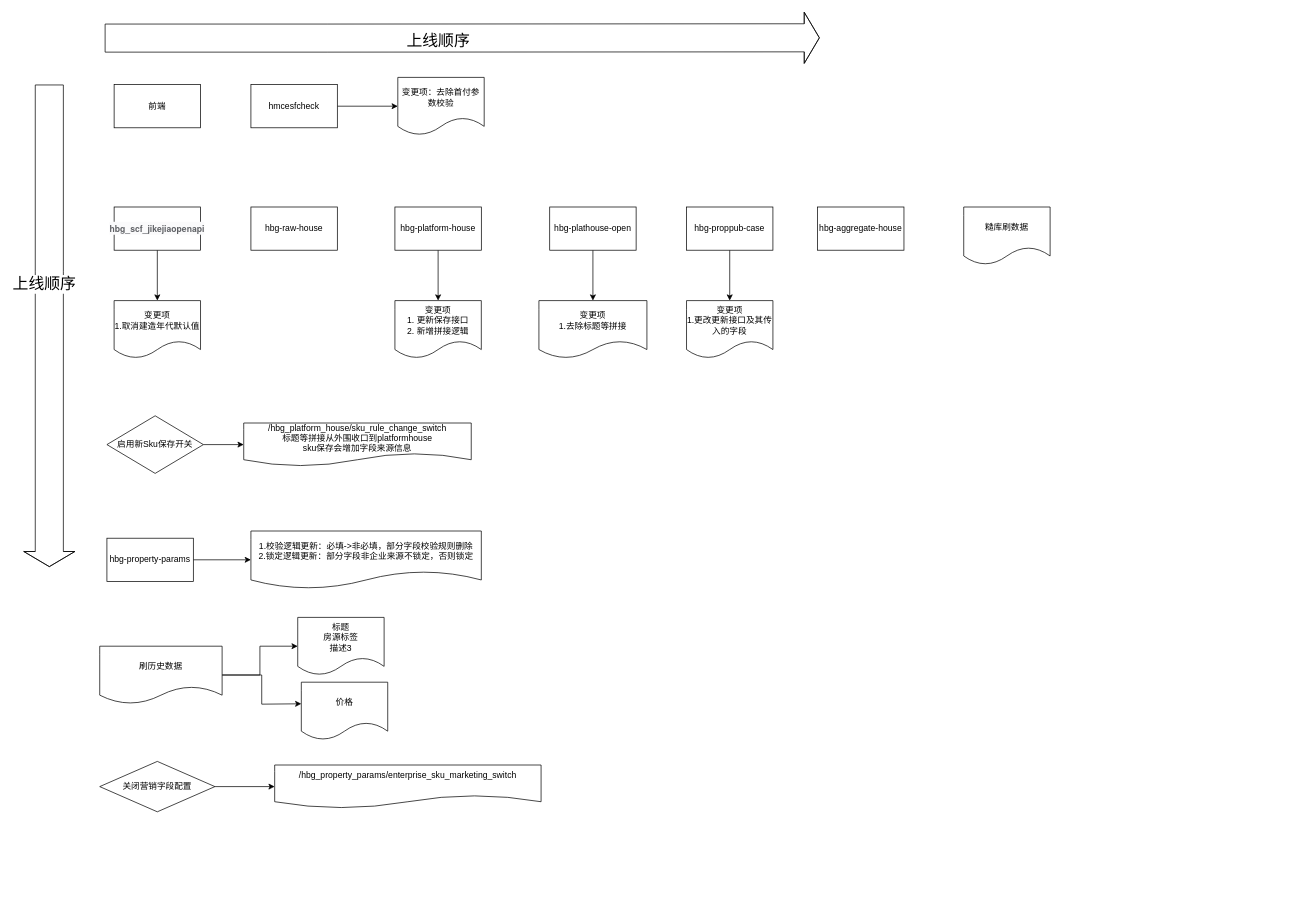
Above: sku/sku规则改造上线流程.drawio in guyukou/drawio (draw.io), before the change. Source tidied: cells renumbered, new cells numbered last; positions are measured from the earlier drawing's top-left corner, leaving out a move shared by most shapes. Both pictures are drawn from the tidied source at 72%, with x=0, y=0 at pixel (49, 37).
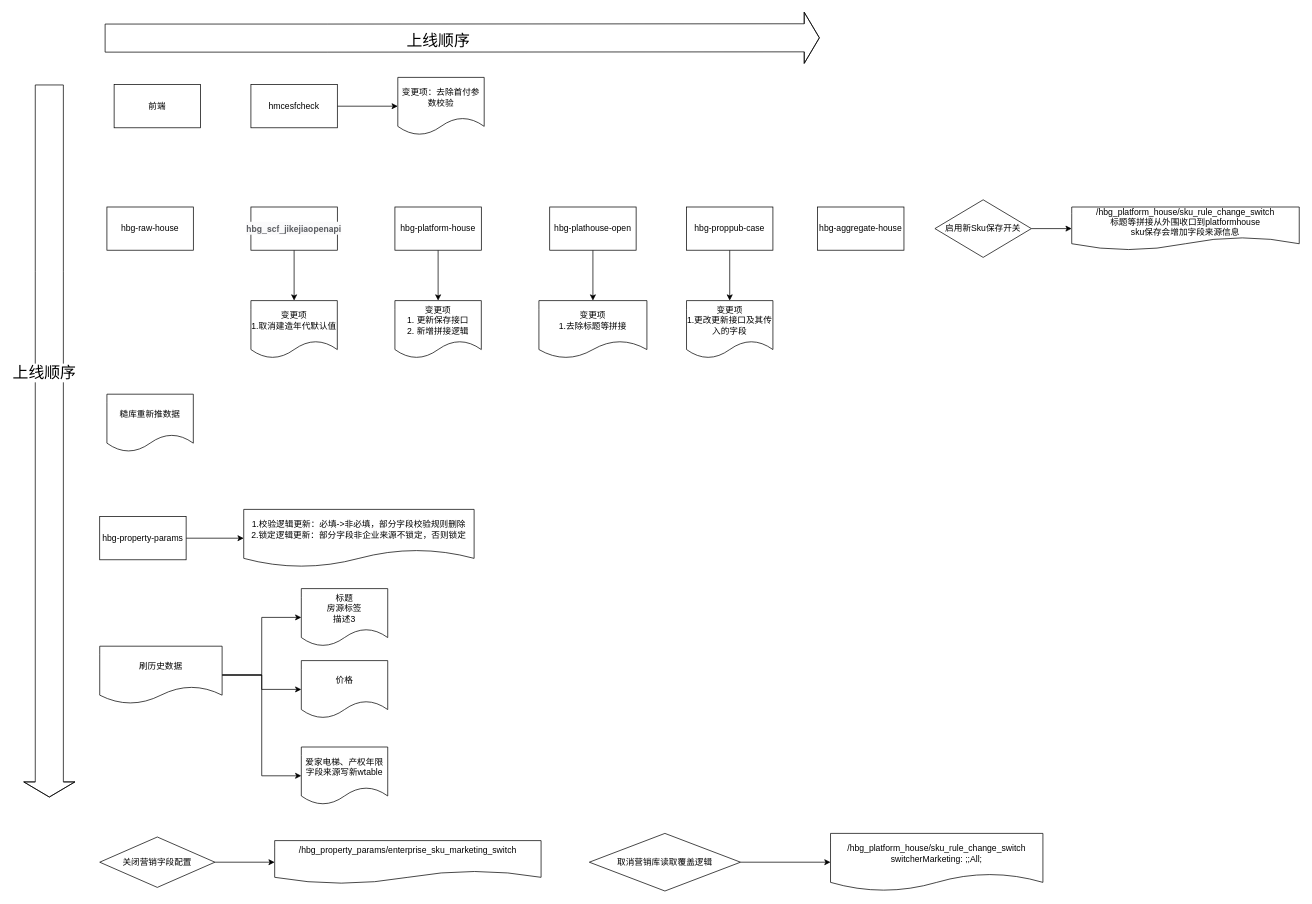
Above is the later version.

Commit message:
Update sku规则改造上线流程.drawio

The change refers to these unchanged cells:
```xml
<mxCell id="27" value="刷历史数据" style="shape=document;whiteSpace=wrap;html=1;boundedLbl=1;rounded=0;" parent="1" vertex="1">
  <mxGeometry x="70" y="845" width="170" height="80" as="geometry" />
</mxCell>
```

What changed in the source:
```diff
@@
     <mxCell id="10" value="hbg-property-params" style="rounded=0;whiteSpace=wrap;html=1;" parent="1" vertex="1">
-      <mxGeometry x="80" y="695" width="120" height="60" as="geometry" />
+      <mxGeometry x="70" y="665" width="120" height="60" as="geometry" />
     </mxCell>
@@
     <mxCell id="13" value="hbg-raw-house" style="rounded=0;whiteSpace=wrap;html=1;" parent="1" vertex="1">
-      <mxGeometry x="280" y="235" width="120" height="60" as="geometry" />
+      <mxGeometry x="80" y="235" width="120" height="60" as="geometry" />
     </mxCell>
@@
     <mxCell id="16" value="启用新Sku保存开关" style="rhombus;whiteSpace=wrap;html=1;" parent="1" vertex="1">
-      <mxGeometry x="80" y="525" width="134" height="80" as="geometry" />
+      <mxGeometry x="1230" y="225" width="134" height="80" as="geometry" />
     </mxCell>
     <mxCell id="17" value="1.校验逻辑更新：必填-&amp;gt;非必填，部分字段校验规则删除&lt;br&gt;2.锁定逻辑更新：部分字段非企业来源不锁定，否则锁定" style="shape=document;whiteSpace=wrap;html=1;boundedLbl=1;rounded=0;" parent="1" vertex="1">
-      <mxGeometry x="280" y="685" width="320" height="80" as="geometry" />
+      <mxGeometry x="270" y="655" width="320" height="80" as="geometry" />
     </mxCell>
     <mxCell id="18" style="shape=flexArrow;endArrow=classic;html=1;rounded=0;width=39;endSize=6.67;endWidth=31;strokeWidth=1;fontSize=22;verticalAlign=bottom;strokeColor=default;" parent="1" edge="1">
       <mxGeometry relative="1" as="geometry">
         <mxPoint y="65" as="sourcePoint" />
-        <mxPoint y="735" as="targetPoint" />
+        <mxPoint y="1055" as="targetPoint" />
         <Array as="points">
           <mxPoint y="325" />
         </Array>
       </mxGeometry>
     </mxCell>
@@
     <mxCell id="21" value="关闭营销字段配置" style="rhombus;whiteSpace=wrap;html=1;fontSize=12;" parent="1" vertex="1">
-      <mxGeometry x="70" y="1005" width="160" height="70" as="geometry" />
+      <mxGeometry x="70" y="1110" width="160" height="70" as="geometry" />
     </mxCell>
     <mxCell id="22" value="&lt;div&gt;/hbg_property_params/enterprise_sku_marketing_switch&lt;/div&gt;&lt;div&gt;&lt;br&gt;&lt;/div&gt;" style="shape=document;whiteSpace=wrap;html=1;boundedLbl=1;" parent="1" vertex="1">
-      <mxGeometry x="313" y="1010" width="370" height="60" as="geometry" />
+      <mxGeometry x="313" y="1115" width="370" height="60" as="geometry" />
     </mxCell>
     <mxCell id="23" value="&lt;div&gt;/hbg_platform_house/sku_rule_change_switch&lt;/div&gt;&lt;div&gt;标题等拼接从外围收口到platformhouse&lt;br&gt;sku保存会增加字段来源信息&lt;/div&gt;" style="shape=document;whiteSpace=wrap;html=1;boundedLbl=1;" parent="1" vertex="1">
-      <mxGeometry x="270" y="535" width="316" height="60" as="geometry" />
+      <mxGeometry x="1420" y="235" width="316" height="60" as="geometry" />
     </mxCell>
@@
-    <mxCell id="26" style="edgeStyle=orthogonalEdgeStyle;rounded=0;jettySize=auto;html=1;" parent="1" edge="1" source="27">
+    <mxCell id="26" style="edgeStyle=orthogonalEdgeStyle;rounded=0;jettySize=auto;html=1;entryX=0;entryY=0.5;entryDx=0;entryDy=0;" parent="1" edge="1" source="27" target="38">
       <mxGeometry relative="1" as="geometry">
-        <mxPoint x="350" y="925" as="targetPoint" />
+        <Array as="points">
+          <mxPoint x="295" y="885" />
+          <mxPoint x="295" y="905" />
+        </Array>
       </mxGeometry>
     </mxCell>
+    <mxCell id="39" style="edgeStyle=orthogonalEdgeStyle;rounded=0;jettySize=auto;html=1;entryX=0;entryY=0.5;entryDx=0;entryDy=0;" parent="1" edge="1" source="27" target="43">
+      <mxGeometry relative="1" as="geometry" />
+    </mxCell>
@@
     <mxCell id="34" value="&lt;span style=&quot;color: rgb(96, 98, 102); font-family: &amp;quot;Helvetica Neue&amp;quot;, Helvetica, &amp;quot;PingFang SC&amp;quot;, &amp;quot;Hiragino Sans GB&amp;quot;, &amp;quot;Microsoft YaHei&amp;quot;, 微软雅黑, Arial, sans-serif, don58; font-weight: 700; text-align: left; background-color: rgb(250, 250, 251);&quot;&gt;hbg_scf_jikejiaopenapi&lt;/span&gt;" style="rounded=0;whiteSpace=wrap;html=1;" parent="1" vertex="1">
-      <mxGeometry x="90" y="235" width="120" height="60" as="geometry" />
+      <mxGeometry x="280" y="235" width="120" height="60" as="geometry" />
     </mxCell>
     <mxCell id="35" value="变更项&lt;br&gt;1.取消建造年代默认值" style="shape=document;whiteSpace=wrap;html=1;boundedLbl=1;rounded=0;" parent="1" vertex="1">
-      <mxGeometry x="90" y="365" width="120" height="80" as="geometry" />
+      <mxGeometry x="280" y="365" width="120" height="80" as="geometry" />
     </mxCell>
-    <mxCell id="36" value="糙库刷数据" style="shape=document;whiteSpace=wrap;html=1;boundedLbl=1;" parent="1" vertex="1">
-      <mxGeometry x="1270" y="235" width="120" height="80" as="geometry" />
+    <mxCell id="36" value="糙库重新推数据" style="shape=document;whiteSpace=wrap;html=1;boundedLbl=1;" parent="1" vertex="1">
+      <mxGeometry x="80" y="495" width="120" height="80" as="geometry" />
     </mxCell>
     <mxCell id="37" value="标题&lt;br&gt;房源标签&lt;br&gt;描述3" style="shape=document;whiteSpace=wrap;html=1;boundedLbl=1;rounded=0;" parent="1" vertex="1">
-      <mxGeometry x="345" y="805" width="120" height="80" as="geometry" />
+      <mxGeometry x="350" y="765" width="120" height="80" as="geometry" />
     </mxCell>
     <mxCell id="38" value="价格" style="shape=document;whiteSpace=wrap;html=1;boundedLbl=1;" parent="1" vertex="1">
-      <mxGeometry x="350" y="895" width="120" height="80" as="geometry" />
+      <mxGeometry x="350" y="865" width="120" height="80" as="geometry" />
     </mxCell>
+    <mxCell id="40" style="edgeStyle=orthogonalEdgeStyle;rounded=0;jettySize=auto;html=1;" parent="1" edge="1" source="41" target="42">
+      <mxGeometry relative="1" as="geometry" />
+    </mxCell>
+    <mxCell id="41" value="取消营销库读取覆盖逻辑" style="rhombus;whiteSpace=wrap;html=1;" parent="1" vertex="1">
+      <mxGeometry x="750" y="1105" width="210" height="80" as="geometry" />
+    </mxCell>
+    <mxCell id="42" value="&lt;div&gt;/hbg_platform_house/sku_rule_change_switch&lt;/div&gt;&lt;div&gt;switcherMarketing: ;;All;&lt;br&gt;&lt;/div&gt;" style="shape=document;whiteSpace=wrap;html=1;boundedLbl=1;" parent="1" vertex="1">
+      <mxGeometry x="1085" y="1105" width="295" height="80" as="geometry" />
+    </mxCell>
+    <mxCell id="43" value="爱家电梯、产权年限字段来源写新wtable" style="shape=document;whiteSpace=wrap;html=1;boundedLbl=1;rounded=0;" parent="1" vertex="1">
+      <mxGeometry x="350" y="985" width="120" height="80" as="geometry" />
+    </mxCell>
```
